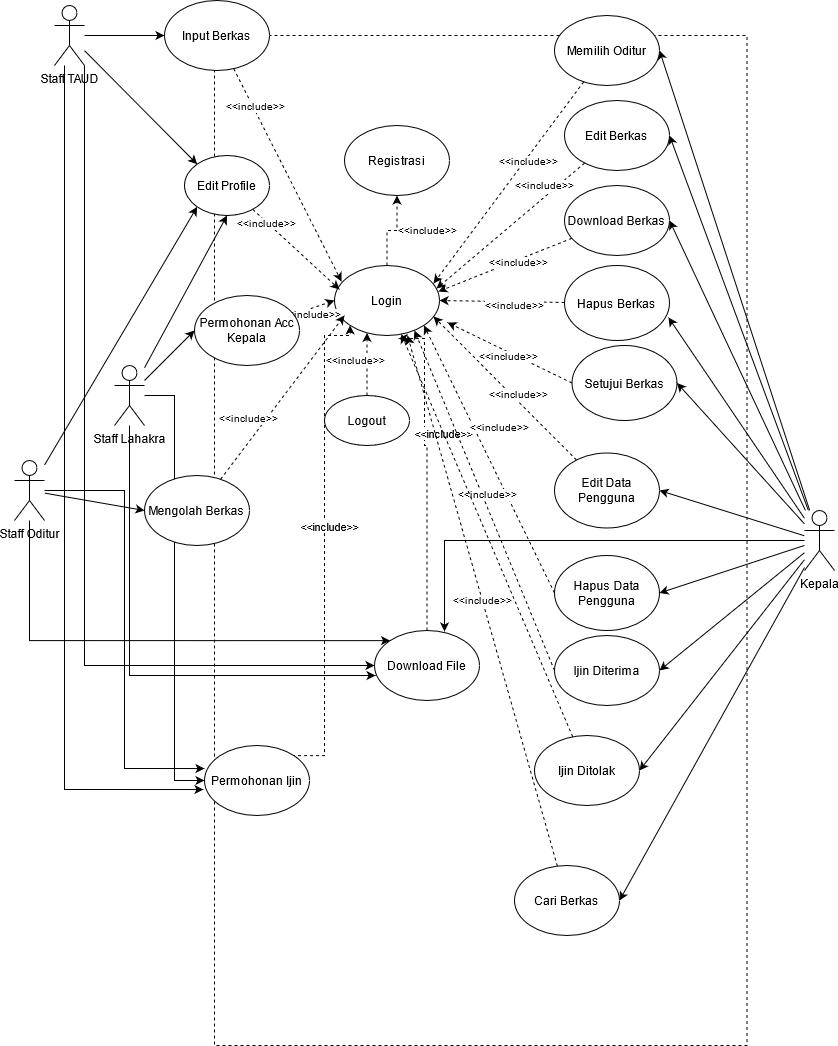
Before: staff/Use Case Diagram.png, a diagram exported from draw.io (vincent322/Diagram). Source tidied: cells renumbered, new cells last; positions are measured from the earlier drawing's top-left corner, leaving out a move shared by most shapes.
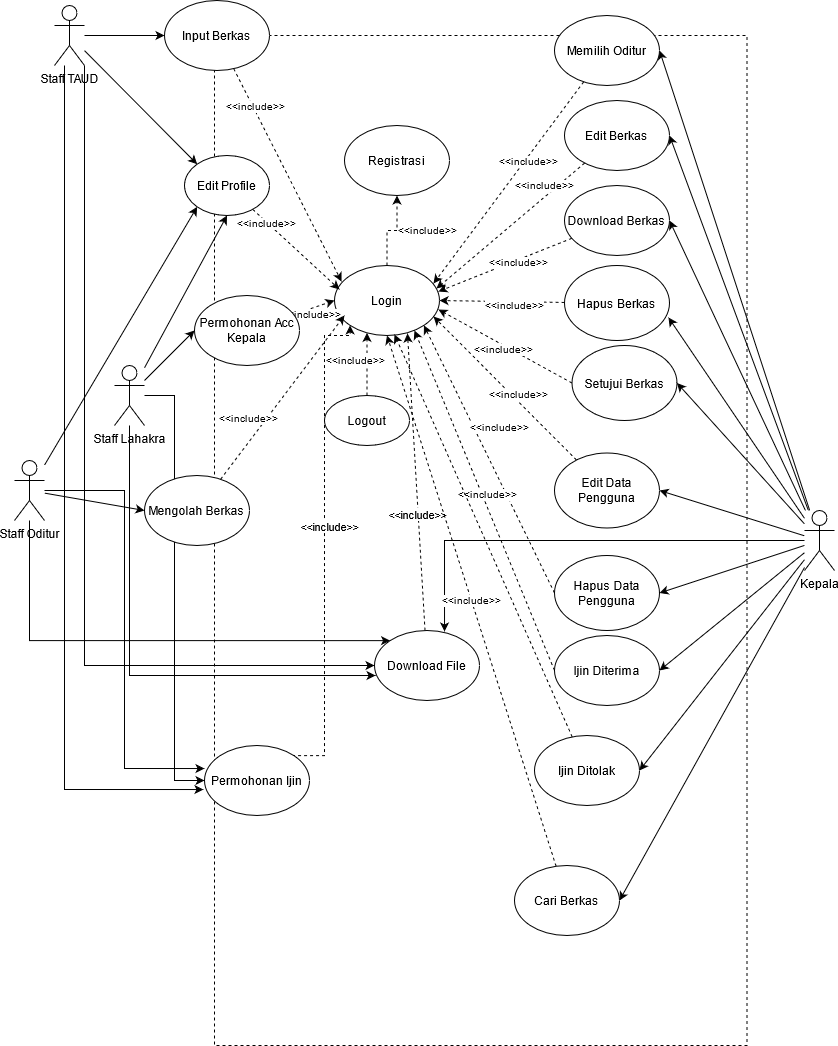
The same diagram one commit later.

Change to the diagram source:
```diff
@@ -171,27 +171,17 @@
     <mxCell id="49" value="Hapus Berkas" style="ellipse;whiteSpace=wrap;html=1;" parent="1" vertex="1">
       <mxGeometry x="550" y="265" width="105" height="75" as="geometry" />
     </mxCell>
-    <mxCell id="50" value="&amp;lt;&amp;lt;include&amp;gt;&amp;gt;" style="edgeStyle=none;rounded=0;jettySize=auto;html=1;exitX=0;exitY=0.5;exitDx=0;exitDy=0;dashed=1;fontSize=10;" parent="1" edge="1" source="51">
-      <mxGeometry x="-0.01" y="4" relative="1" as="geometry">
-        <mxPoint x="433" y="322" as="targetPoint" />
-      </mxGeometry>
+    <mxCell id="50" value="&amp;lt;&amp;lt;include&amp;gt;&amp;gt;" style="edgeStyle=none;rounded=0;jettySize=auto;html=1;exitX=0;exitY=0.5;exitDx=0;exitDy=0;dashed=1;fontSize=10;entryX=0.99;entryY=0.629;entryDx=0;entryDy=0;entryPerimeter=0;" parent="1" edge="1" source="51" target="31">
+      <mxGeometry x="-0.01" y="4" relative="1" as="geometry" />
     </mxCell>
     <mxCell id="51" value="Setujui Berkas" style="ellipse;whiteSpace=wrap;html=1;" parent="1" vertex="1">
       <mxGeometry x="557.5" y="345" width="105" height="75" as="geometry" />
     </mxCell>
-    <mxCell id="52" style="edgeStyle=orthogonalEdgeStyle;rounded=0;jettySize=auto;html=1;entryX=0.61;entryY=1.043;entryDx=0;entryDy=0;entryPerimeter=0;dashed=1;" parent="1" edge="1" source="54" target="31">
-      <mxGeometry relative="1" as="geometry">
-        <Array as="points">
-          <mxPoint x="413" y="445" />
-          <mxPoint x="410" y="445" />
-          <mxPoint x="410" y="338" />
-        </Array>
-      </mxGeometry>
+    <mxCell id="52" style="edgeStyle=none;rounded=0;jettySize=auto;html=1;entryX=0.695;entryY=0.971;entryDx=0;entryDy=0;entryPerimeter=0;dashed=1;" parent="1" edge="1" source="54" target="31">
+      <mxGeometry relative="1" as="geometry" />
     </mxCell>
     <mxCell id="53" value="&amp;lt;&amp;lt;include&amp;gt;&amp;gt;" style="edgeLabel;html=1;align=center;verticalAlign=middle;" parent="52" vertex="1">
-      <mxGeometry x="0.19" y="-1" relative="1" as="geometry">
-        <mxPoint x="17" y="-9" as="offset" />
-      </mxGeometry>
+      <mxGeometry x="-0.21" y="1" relative="1" as="geometry" />
     </mxCell>
     <mxCell id="54" value="Download File" style="ellipse;whiteSpace=wrap;html=1;" parent="1" vertex="1">
       <mxGeometry x="360" y="630" width="105" height="70" as="geometry" />
@@ -226,8 +216,10 @@
     <mxCell id="62" value="Ijin Diterima" style="ellipse;whiteSpace=wrap;html=1;" parent="1" vertex="1">
       <mxGeometry x="540" y="635" width="105" height="70" as="geometry" />
     </mxCell>
-    <mxCell id="63" style="edgeStyle=none;rounded=0;jettySize=auto;html=1;dashed=1;" parent="1" edge="1" source="64" target="31">
-      <mxGeometry relative="1" as="geometry" />
+    <mxCell id="63" style="edgeStyle=none;rounded=0;jettySize=auto;html=1;dashed=1;" parent="1" edge="1" source="64">
+      <mxGeometry relative="1" as="geometry">
+        <mxPoint x="380" y="334" as="targetPoint" />
+      </mxGeometry>
     </mxCell>
     <mxCell id="64" value="Ijin Ditolak" style="ellipse;whiteSpace=wrap;html=1;" parent="1" vertex="1">
       <mxGeometry x="520" y="735" width="105" height="70" as="geometry" />
@@ -241,7 +233,7 @@
     <mxCell id="67" value="Edit Profile" style="ellipse;whiteSpace=wrap;html=1;" parent="1" vertex="1">
       <mxGeometry x="170" y="155" width="85" height="60" as="geometry" />
     </mxCell>
-    <mxCell id="68" value="&amp;lt;&amp;lt;include&amp;gt;&amp;gt;" style="edgeStyle=none;rounded=0;jettySize=auto;html=1;entryX=0.695;entryY=1;entryDx=0;entryDy=0;dashed=1;fontSize=10;entryPerimeter=0;" parent="1" edge="1" source="69" target="31">
+    <mxCell id="68" value="&amp;lt;&amp;lt;include&amp;gt;&amp;gt;" style="edgeStyle=none;rounded=0;jettySize=auto;html=1;entryX=0.5;entryY=1;entryDx=0;entryDy=0;dashed=1;fontSize=10;" parent="1" edge="1" source="69" target="31">
       <mxGeometry relative="1" as="geometry" />
     </mxCell>
     <mxCell id="69" value="Cari Berkas" style="ellipse;whiteSpace=wrap;html=1;" parent="1" vertex="1">
```
